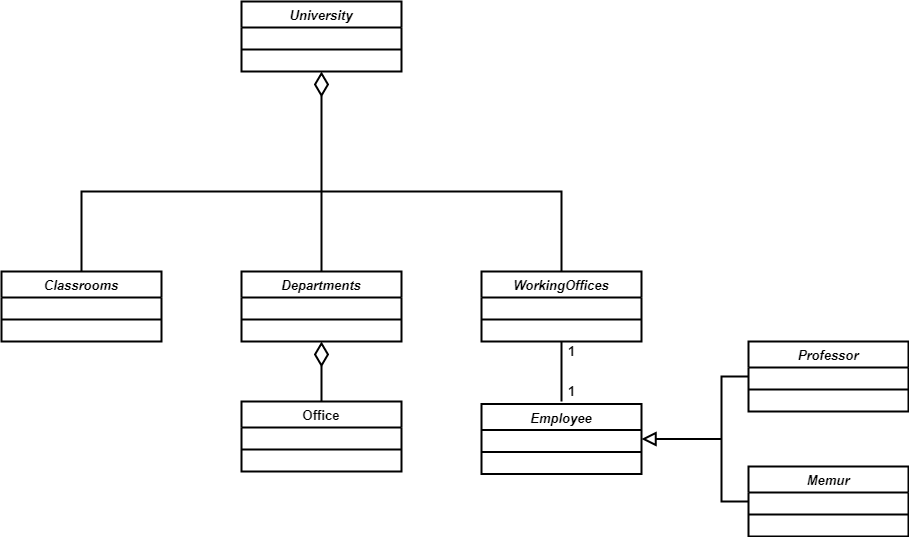
busraakay/Object-Orianted-Programming keeps this draw.io diagram as UniversityManagementSystem/universityManagementSystem.png. Above is the earlier version. Source tidied: cells renumbered, new cells last; positions are measured from the earlier drawing's top-left corner, leaving out a move shared by most shapes. Source of this version:
```xml
<mxGraphModel>
  <root>
    <mxCell id="0" />
    <mxCell id="1" parent="0" />
    <mxCell id="2" value="University" style="swimlane;fontStyle=3;align=center;verticalAlign=top;horizontal=1;startSize=26;rounded=0;shadow=0;strokeWidth=2;fontSize=13;" parent="1" vertex="1">
      <mxGeometry x="240" width="160" height="70" as="geometry" />
    </mxCell>
    <mxCell id="3" style="line;html=1;strokeWidth=2;align=left;verticalAlign=middle;spacingTop=-1;spacingLeft=3;spacingRight=3;labelPosition=right;fontSize=13;fontStyle=1;" parent="2" vertex="1">
      <mxGeometry y="26" width="160" height="44" as="geometry" />
    </mxCell>
    <mxCell id="4" value="Office" style="swimlane;fontStyle=1;align=center;verticalAlign=top;horizontal=1;startSize=26;rounded=0;shadow=0;strokeWidth=2;fontSize=13;" parent="1" vertex="1">
      <mxGeometry x="240" y="400" width="160" height="70" as="geometry" />
    </mxCell>
    <mxCell id="5" style="line;html=1;strokeWidth=2;align=left;verticalAlign=middle;spacingTop=-1;spacingLeft=3;spacingRight=3;labelPosition=right;fontSize=13;fontStyle=1;" parent="4" vertex="1">
      <mxGeometry y="26" width="160" height="44" as="geometry" />
    </mxCell>
    <mxCell id="6" value="Classrooms" style="swimlane;fontStyle=3;align=center;verticalAlign=top;horizontal=1;startSize=26;rounded=0;shadow=0;strokeWidth=2;fontSize=13;" parent="1" vertex="1">
      <mxGeometry y="270" width="160" height="70" as="geometry" />
    </mxCell>
    <mxCell id="7" style="line;html=1;strokeWidth=2;align=left;verticalAlign=middle;spacingTop=-1;spacingLeft=3;spacingRight=3;labelPosition=right;fontSize=13;fontStyle=1;" parent="6" vertex="1">
      <mxGeometry y="26" width="160" height="44" as="geometry" />
    </mxCell>
    <mxCell id="8" value="Departments" style="swimlane;fontStyle=3;align=center;verticalAlign=top;horizontal=1;startSize=26;rounded=0;shadow=0;strokeWidth=2;fontSize=13;" parent="1" vertex="1">
      <mxGeometry x="240" y="270" width="160" height="70" as="geometry" />
    </mxCell>
    <mxCell id="9" style="line;html=1;strokeWidth=2;align=left;verticalAlign=middle;spacingTop=-1;spacingLeft=3;spacingRight=3;labelPosition=right;fontSize=13;fontStyle=1;" parent="8" vertex="1">
      <mxGeometry y="26" width="160" height="44" as="geometry" />
    </mxCell>
    <mxCell id="10" value="WorkingOffices" style="swimlane;fontStyle=3;align=center;verticalAlign=top;horizontal=1;startSize=26;rounded=0;shadow=0;strokeWidth=2;fontSize=13;" parent="1" vertex="1">
      <mxGeometry x="480" y="270" width="160" height="70" as="geometry" />
    </mxCell>
    <mxCell id="11" style="line;html=1;strokeWidth=2;align=left;verticalAlign=middle;spacingTop=-1;spacingLeft=3;spacingRight=3;labelPosition=right;fontSize=13;fontStyle=1;" parent="10" vertex="1">
      <mxGeometry y="26" width="160" height="44" as="geometry" />
    </mxCell>
    <mxCell id="12" value="Employee" style="swimlane;fontStyle=3;align=center;verticalAlign=top;horizontal=1;startSize=26;rounded=0;shadow=0;strokeWidth=2;fontSize=13;" parent="1" vertex="1">
      <mxGeometry x="480" y="402.5" width="160" height="70" as="geometry" />
    </mxCell>
    <mxCell id="13" style="line;html=1;strokeWidth=2;align=left;verticalAlign=middle;spacingTop=-1;spacingLeft=3;spacingRight=3;labelPosition=right;fontSize=13;fontStyle=1;" parent="12" vertex="1">
      <mxGeometry y="26" width="160" height="44" as="geometry" />
    </mxCell>
    <mxCell id="14" value="Memur" style="swimlane;fontStyle=3;align=center;verticalAlign=top;horizontal=1;startSize=26;rounded=0;shadow=0;strokeWidth=2;fontSize=13;" parent="1" vertex="1">
      <mxGeometry x="747" y="465" width="160" height="70" as="geometry" />
    </mxCell>
    <mxCell id="15" style="line;html=1;strokeWidth=2;align=left;verticalAlign=middle;spacingTop=-1;spacingLeft=3;spacingRight=3;labelPosition=right;fontSize=13;fontStyle=1;" parent="14" vertex="1">
      <mxGeometry y="26" width="160" height="44" as="geometry" />
    </mxCell>
    <mxCell id="16" value="Professor" style="swimlane;fontStyle=3;align=center;verticalAlign=top;horizontal=1;startSize=26;rounded=0;shadow=0;strokeWidth=2;fontSize=13;" parent="1" vertex="1">
      <mxGeometry x="747" y="340" width="160" height="70" as="geometry" />
    </mxCell>
    <mxCell id="17" style="line;html=1;strokeWidth=2;align=left;verticalAlign=middle;spacingTop=-1;spacingLeft=3;spacingRight=3;labelPosition=right;fontSize=13;fontStyle=1;" parent="16" vertex="1">
      <mxGeometry y="26" width="160" height="44" as="geometry" />
    </mxCell>
    <mxCell id="18" style="endArrow=block;html=1;rounded=0;edgeStyle=orthogonalEdgeStyle;entryX=1;entryY=0.5;entryDx=0;entryDy=0;endFill=0;strokeWidth=2;endSize=10;fontSize=13;fontStyle=1;" parent="1" edge="1" target="12">
      <mxGeometry relative="1" as="geometry">
        <mxPoint x="720" y="437.5" as="sourcePoint" />
        <Array as="points">
          <mxPoint x="720" y="437.5" />
        </Array>
      </mxGeometry>
    </mxCell>
    <mxCell id="19" style="endArrow=none;html=1;rounded=0;edgeStyle=orthogonalEdgeStyle;entryX=0;entryY=0.5;entryDx=0;entryDy=0;exitX=0;exitY=0.5;exitDx=0;exitDy=0;endFill=0;strokeWidth=2;fontSize=13;fontStyle=1;" parent="1" edge="1" source="14" target="16">
      <mxGeometry relative="1" as="geometry">
        <Array as="points">
          <mxPoint x="720" y="500" />
          <mxPoint x="720" y="375" />
        </Array>
      </mxGeometry>
    </mxCell>
    <mxCell id="20" style="endArrow=none;html=1;rounded=0;edgeStyle=orthogonalEdgeStyle;exitX=0.5;exitY=0;exitDx=0;exitDy=0;entryX=0.5;entryY=0;entryDx=0;entryDy=0;endFill=0;strokeWidth=2;fontSize=13;fontStyle=1;" parent="1" edge="1" source="6" target="10">
      <mxGeometry relative="1" as="geometry">
        <Array as="points">
          <mxPoint x="80" y="190" />
          <mxPoint x="560" y="190" />
        </Array>
      </mxGeometry>
    </mxCell>
    <mxCell id="21" style="endArrow=none;html=1;rounded=0;edgeStyle=orthogonalEdgeStyle;endFill=0;strokeWidth=2;fontSize=13;fontStyle=1;" parent="1" edge="1">
      <mxGeometry relative="1" as="geometry">
        <mxPoint x="320" y="270" as="sourcePoint" />
        <mxPoint x="320" y="190" as="targetPoint" />
      </mxGeometry>
    </mxCell>
    <mxCell id="22" style="endArrow=diamondThin;html=1;rounded=0;edgeStyle=orthogonalEdgeStyle;entryX=0.5;entryY=1;entryDx=0;entryDy=0;endFill=0;startSize=6;endSize=20;strokeWidth=2;fontSize=13;fontStyle=1;" parent="1" edge="1" target="2">
      <mxGeometry relative="1" as="geometry">
        <mxPoint x="320" y="190" as="sourcePoint" />
        <Array as="points">
          <mxPoint x="320" y="160" />
        </Array>
      </mxGeometry>
    </mxCell>
    <mxCell id="23" style="endArrow=diamondThin;html=1;rounded=0;edgeStyle=orthogonalEdgeStyle;startSize=6;endSize=20;strokeWidth=2;entryX=0.5;entryY=1;entryDx=0;entryDy=0;endFill=0;fontSize=13;fontStyle=1;" parent="1" edge="1">
      <mxGeometry relative="1" as="geometry">
        <mxPoint x="320" y="400" as="sourcePoint" />
        <mxPoint x="320" y="340" as="targetPoint" />
      </mxGeometry>
    </mxCell>
    <mxCell id="24" style="endArrow=none;html=1;rounded=0;edgeStyle=orthogonalEdgeStyle;startSize=6;endSize=20;strokeWidth=2;endFill=0;fontSize=13;fontStyle=1;" parent="1" edge="1">
      <mxGeometry relative="1" as="geometry">
        <mxPoint x="560" y="400" as="sourcePoint" />
        <mxPoint x="560" y="340" as="targetPoint" />
      </mxGeometry>
    </mxCell>
    <mxCell id="25" value="1" style="text;html=1;align=center;verticalAlign=middle;strokeColor=none;strokeWidth=2;fontSize=13;fontStyle=1;" parent="1" vertex="1">
      <mxGeometry x="560" y="340" width="20" height="20" as="geometry" />
    </mxCell>
    <mxCell id="26" value="1" style="text;html=1;align=center;verticalAlign=middle;strokeColor=none;strokeWidth=2;fontSize=13;fontStyle=1;" parent="1" vertex="1">
      <mxGeometry x="560" y="380" width="20" height="20" as="geometry" />
    </mxCell>
  </root>
</mxGraphModel>
```
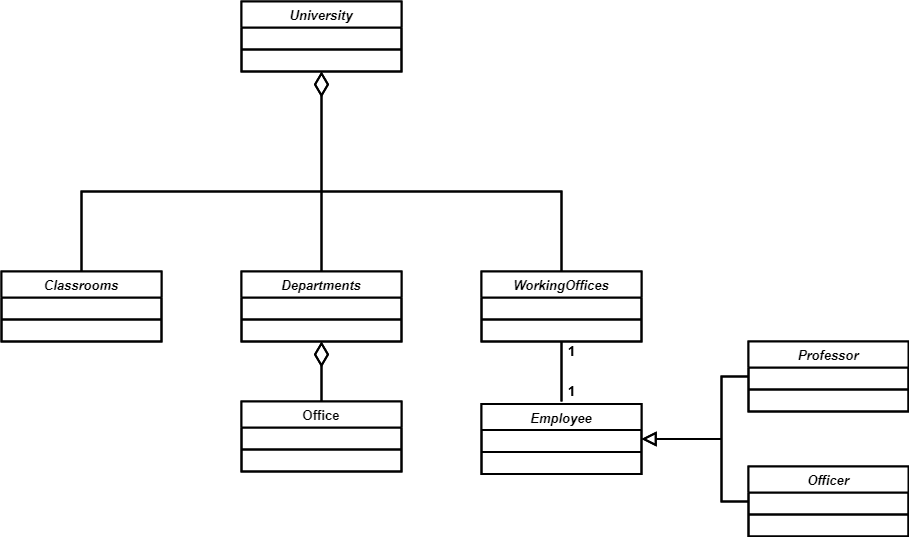
After the commit.

The edit, as a diff of the source:
```diff
@@ -38,7 +38,7 @@
     <mxCell id="13" style="line;html=1;strokeWidth=2;align=left;verticalAlign=middle;spacingTop=-1;spacingLeft=3;spacingRight=3;labelPosition=right;fontSize=13;fontStyle=1;" parent="12" vertex="1">
       <mxGeometry y="26" width="160" height="44" as="geometry" />
     </mxCell>
-    <mxCell id="14" value="Memur" style="swimlane;fontStyle=3;align=center;verticalAlign=top;horizontal=1;startSize=26;rounded=0;shadow=0;strokeWidth=2;fontSize=13;" parent="1" vertex="1">
+    <mxCell id="14" value="Officer" style="swimlane;fontStyle=3;align=center;verticalAlign=top;horizontal=1;startSize=26;rounded=0;shadow=0;strokeWidth=2;fontSize=13;" parent="1" vertex="1">
       <mxGeometry x="747" y="465" width="160" height="70" as="geometry" />
     </mxCell>
     <mxCell id="15" style="line;html=1;strokeWidth=2;align=left;verticalAlign=middle;spacingTop=-1;spacingLeft=3;spacingRight=3;labelPosition=right;fontSize=13;fontStyle=1;" parent="14" vertex="1">
@@ -106,5 +106,109 @@
     <mxCell id="26" value="1" style="text;html=1;align=center;verticalAlign=middle;strokeColor=none;strokeWidth=2;fontSize=13;fontStyle=1;" parent="1" vertex="1">
       <mxGeometry x="560" y="380" width="20" height="20" as="geometry" />
     </mxCell>
+    <mxCell id="27" value="University" style="swimlane;fontStyle=3;align=center;verticalAlign=top;horizontal=1;startSize=26;rounded=0;shadow=0;strokeWidth=2;fontSize=13;" parent="1" vertex="1">
+      <mxGeometry x="240" width="160" height="70" as="geometry" />
+    </mxCell>
+    <mxCell id="28" style="line;html=1;strokeWidth=2;align=left;verticalAlign=middle;spacingTop=-1;spacingLeft=3;spacingRight=3;labelPosition=right;fontSize=13;fontStyle=1;" parent="27" vertex="1">
+      <mxGeometry y="26" width="160" height="44" as="geometry" />
+    </mxCell>
+    <mxCell id="29" value="Office" style="swimlane;fontStyle=1;align=center;verticalAlign=top;horizontal=1;startSize=26;rounded=0;shadow=0;strokeWidth=2;fontSize=13;" parent="1" vertex="1">
+      <mxGeometry x="240" y="400" width="160" height="70" as="geometry" />
+    </mxCell>
+    <mxCell id="30" style="line;html=1;strokeWidth=2;align=left;verticalAlign=middle;spacingTop=-1;spacingLeft=3;spacingRight=3;labelPosition=right;fontSize=13;fontStyle=1;" parent="29" vertex="1">
+      <mxGeometry y="26" width="160" height="44" as="geometry" />
+    </mxCell>
+    <mxCell id="31" value="Classrooms" style="swimlane;fontStyle=3;align=center;verticalAlign=top;horizontal=1;startSize=26;rounded=0;shadow=0;strokeWidth=2;fontSize=13;" parent="1" vertex="1">
+      <mxGeometry y="270" width="160" height="70" as="geometry" />
+    </mxCell>
+    <mxCell id="32" style="line;html=1;strokeWidth=2;align=left;verticalAlign=middle;spacingTop=-1;spacingLeft=3;spacingRight=3;labelPosition=right;fontSize=13;fontStyle=1;" parent="31" vertex="1">
+      <mxGeometry y="26" width="160" height="44" as="geometry" />
+    </mxCell>
+    <mxCell id="33" value="Departments" style="swimlane;fontStyle=3;align=center;verticalAlign=top;horizontal=1;startSize=26;rounded=0;shadow=0;strokeWidth=2;fontSize=13;" parent="1" vertex="1">
+      <mxGeometry x="240" y="270" width="160" height="70" as="geometry" />
+    </mxCell>
+    <mxCell id="34" style="line;html=1;strokeWidth=2;align=left;verticalAlign=middle;spacingTop=-1;spacingLeft=3;spacingRight=3;labelPosition=right;fontSize=13;fontStyle=1;" parent="33" vertex="1">
+      <mxGeometry y="26" width="160" height="44" as="geometry" />
+    </mxCell>
+    <mxCell id="35" value="WorkingOffices" style="swimlane;fontStyle=3;align=center;verticalAlign=top;horizontal=1;startSize=26;rounded=0;shadow=0;strokeWidth=2;fontSize=13;" parent="1" vertex="1">
+      <mxGeometry x="480" y="270" width="160" height="70" as="geometry" />
+    </mxCell>
+    <mxCell id="36" style="line;html=1;strokeWidth=2;align=left;verticalAlign=middle;spacingTop=-1;spacingLeft=3;spacingRight=3;labelPosition=right;fontSize=13;fontStyle=1;" parent="35" vertex="1">
+      <mxGeometry y="26" width="160" height="44" as="geometry" />
+    </mxCell>
+    <mxCell id="37" value="Employee" style="swimlane;fontStyle=3;align=center;verticalAlign=top;horizontal=1;startSize=26;rounded=0;shadow=0;strokeWidth=2;fontSize=13;" parent="1" vertex="1">
+      <mxGeometry x="480" y="402.5" width="160" height="70" as="geometry" />
+    </mxCell>
+    <mxCell id="38" style="line;html=1;strokeWidth=2;align=left;verticalAlign=middle;spacingTop=-1;spacingLeft=3;spacingRight=3;labelPosition=right;fontSize=13;fontStyle=1;" parent="37" vertex="1">
+      <mxGeometry y="26" width="160" height="44" as="geometry" />
+    </mxCell>
+    <mxCell id="39" value="Officer" style="swimlane;fontStyle=3;align=center;verticalAlign=top;horizontal=1;startSize=26;rounded=0;shadow=0;strokeWidth=2;fontSize=13;" parent="1" vertex="1">
+      <mxGeometry x="747" y="465" width="160" height="70" as="geometry" />
+    </mxCell>
+    <mxCell id="40" style="line;html=1;strokeWidth=2;align=left;verticalAlign=middle;spacingTop=-1;spacingLeft=3;spacingRight=3;labelPosition=right;fontSize=13;fontStyle=1;" parent="39" vertex="1">
+      <mxGeometry y="26" width="160" height="44" as="geometry" />
+    </mxCell>
+    <mxCell id="41" value="Professor" style="swimlane;fontStyle=3;align=center;verticalAlign=top;horizontal=1;startSize=26;rounded=0;shadow=0;strokeWidth=2;fontSize=13;" parent="1" vertex="1">
+      <mxGeometry x="747" y="340" width="160" height="70" as="geometry" />
+    </mxCell>
+    <mxCell id="42" style="line;html=1;strokeWidth=2;align=left;verticalAlign=middle;spacingTop=-1;spacingLeft=3;spacingRight=3;labelPosition=right;fontSize=13;fontStyle=1;" parent="41" vertex="1">
+      <mxGeometry y="26" width="160" height="44" as="geometry" />
+    </mxCell>
+    <mxCell id="43" style="endArrow=block;html=1;rounded=0;edgeStyle=orthogonalEdgeStyle;entryX=1;entryY=0.5;entryDx=0;entryDy=0;endFill=0;strokeWidth=2;endSize=10;fontSize=13;fontStyle=1;" parent="1" edge="1" target="37">
+      <mxGeometry relative="1" as="geometry">
+        <mxPoint x="720" y="437.5" as="sourcePoint" />
+        <Array as="points">
+          <mxPoint x="720" y="437.5" />
+        </Array>
+      </mxGeometry>
+    </mxCell>
+    <mxCell id="44" style="endArrow=none;html=1;rounded=0;edgeStyle=orthogonalEdgeStyle;entryX=0;entryY=0.5;entryDx=0;entryDy=0;exitX=0;exitY=0.5;exitDx=0;exitDy=0;endFill=0;strokeWidth=2;fontSize=13;fontStyle=1;" parent="1" edge="1" source="39" target="41">
+      <mxGeometry relative="1" as="geometry">
+        <Array as="points">
+          <mxPoint x="720" y="500" />
+          <mxPoint x="720" y="375" />
+        </Array>
+      </mxGeometry>
+    </mxCell>
+    <mxCell id="45" style="endArrow=none;html=1;rounded=0;edgeStyle=orthogonalEdgeStyle;exitX=0.5;exitY=0;exitDx=0;exitDy=0;entryX=0.5;entryY=0;entryDx=0;entryDy=0;endFill=0;strokeWidth=2;fontSize=13;fontStyle=1;" parent="1" edge="1" source="31" target="35">
+      <mxGeometry relative="1" as="geometry">
+        <Array as="points">
+          <mxPoint x="80" y="190" />
+          <mxPoint x="560" y="190" />
+        </Array>
+      </mxGeometry>
+    </mxCell>
+    <mxCell id="46" style="endArrow=none;html=1;rounded=0;edgeStyle=orthogonalEdgeStyle;endFill=0;strokeWidth=2;fontSize=13;fontStyle=1;" parent="1" edge="1">
+      <mxGeometry relative="1" as="geometry">
+        <mxPoint x="320" y="270" as="sourcePoint" />
+        <mxPoint x="320" y="190" as="targetPoint" />
+      </mxGeometry>
+    </mxCell>
+    <mxCell id="47" style="endArrow=diamondThin;html=1;rounded=0;edgeStyle=orthogonalEdgeStyle;entryX=0.5;entryY=1;entryDx=0;entryDy=0;endFill=0;startSize=6;endSize=20;strokeWidth=2;fontSize=13;fontStyle=1;" parent="1" edge="1" target="27">
+      <mxGeometry relative="1" as="geometry">
+        <mxPoint x="320" y="190" as="sourcePoint" />
+        <Array as="points">
+          <mxPoint x="320" y="160" />
+        </Array>
+      </mxGeometry>
+    </mxCell>
+    <mxCell id="48" style="endArrow=diamondThin;html=1;rounded=0;edgeStyle=orthogonalEdgeStyle;startSize=6;endSize=20;strokeWidth=2;entryX=0.5;entryY=1;entryDx=0;entryDy=0;endFill=0;fontSize=13;fontStyle=1;" parent="1" edge="1">
+      <mxGeometry relative="1" as="geometry">
+        <mxPoint x="320" y="400" as="sourcePoint" />
+        <mxPoint x="320" y="340" as="targetPoint" />
+      </mxGeometry>
+    </mxCell>
+    <mxCell id="49" style="endArrow=none;html=1;rounded=0;edgeStyle=orthogonalEdgeStyle;startSize=6;endSize=20;strokeWidth=2;endFill=0;fontSize=13;fontStyle=1;" parent="1" edge="1">
+      <mxGeometry relative="1" as="geometry">
+        <mxPoint x="560" y="400" as="sourcePoint" />
+        <mxPoint x="560" y="340" as="targetPoint" />
+      </mxGeometry>
+    </mxCell>
+    <mxCell id="50" value="1" style="text;html=1;align=center;verticalAlign=middle;strokeColor=none;strokeWidth=2;fontSize=13;fontStyle=1;" parent="1" vertex="1">
+      <mxGeometry x="560" y="340" width="20" height="20" as="geometry" />
+    </mxCell>
+    <mxCell id="51" value="1" style="text;html=1;align=center;verticalAlign=middle;strokeColor=none;strokeWidth=2;fontSize=13;fontStyle=1;" parent="1" vertex="1">
+      <mxGeometry x="560" y="380" width="20" height="20" as="geometry" />
+    </mxCell>
   </root>
 </mxGraphModel>
```
